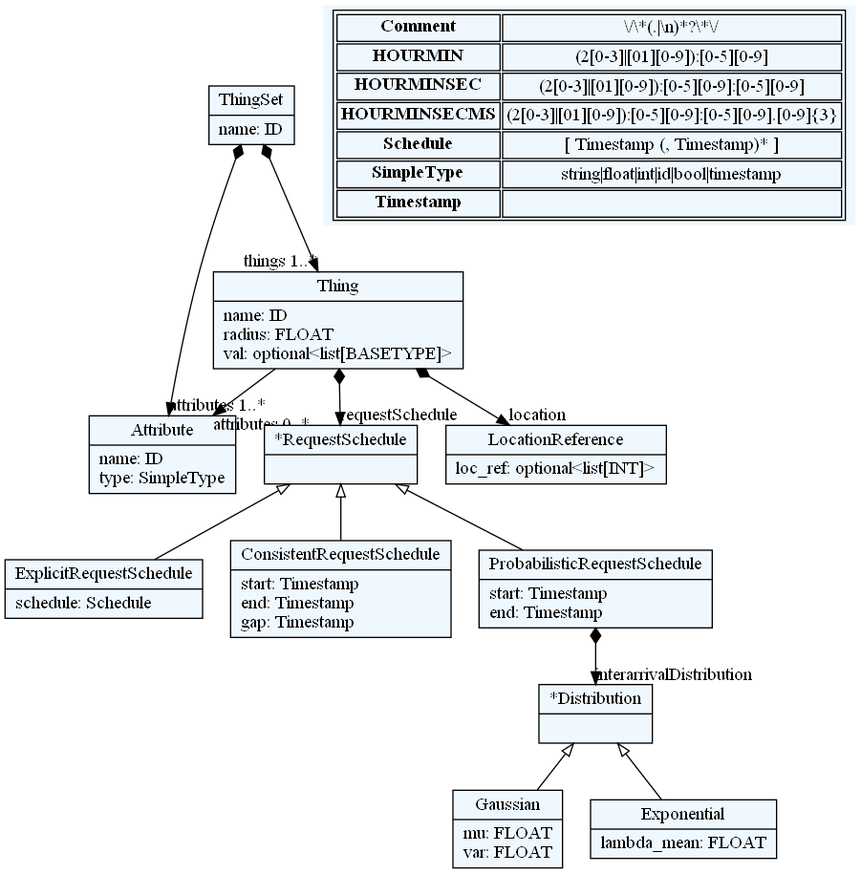
Before: CodeGen/Python/TRS/trs.dot.png, a diagram exported from Graphviz (ismael-martinez/NetworkStructureDSLs). Its source is kept beside it as CodeGen/Python/TRS/trs.dot.
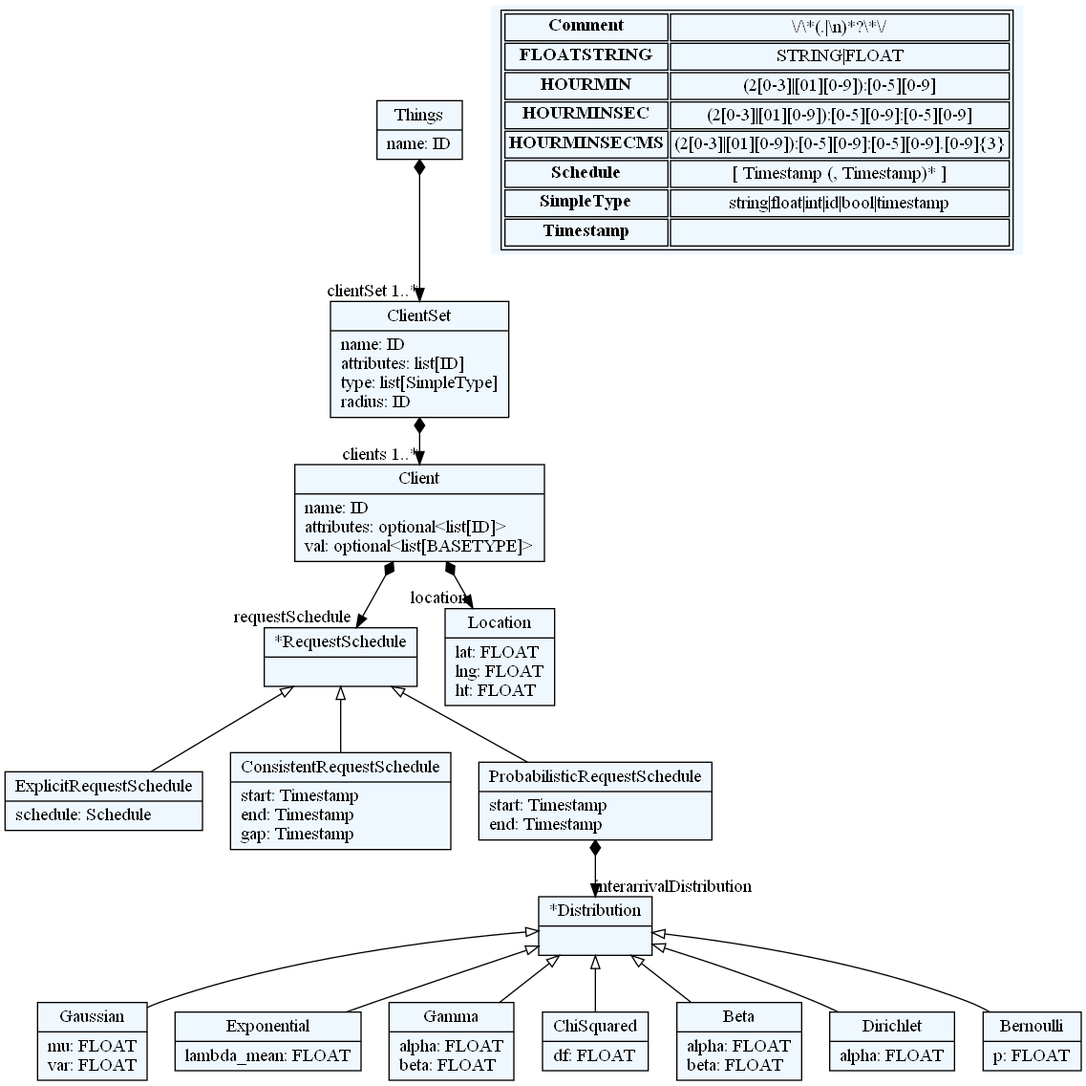
After the change.

What changed in the source:
```diff
@@ -10,44 +10,61 @@
     edge[dir=black,arrowtail=empty]
 
 
-2318082393960[ label="{ThingSet|name: ID\l}"]
+2608060561704[ label="{Things|name: ID\l}"]
 
-2318082393016[ label="{Attribute|name: ID\ltype: SimpleType\l}"]
+2608060584360[ label="{ClientSet|name: ID\lattributes: list[ID]\ltype: list[SimpleType]\lradius: ID\l}"]
 
-2318082390184[ label="{Thing|name: ID\lradius: FLOAT\lval: optional\<list[BASETYPE]\>\l}"]
+2608060588136[ label="{Client|name: ID\lattributes: optional\<list[ID]\>\lval: optional\<list[BASETYPE]\>\l}"]
 
-2318082403400[ label="{*RequestSchedule|}"]
+2608060589080[ label="{*RequestSchedule|}"]
 
-2318082411896[ label="{*Distribution|}"]
+2608060590968[ label="{*Distribution|}"]
 
-2318082426056[ label="{Gaussian|mu: FLOAT\lvar: FLOAT\l}"]
+2608060593800[ label="{Gaussian|mu: FLOAT\lvar: FLOAT\l}"]
 
-2318082418504[ label="{Exponential|lambda_mean: FLOAT\l}"]
+2608060598520[ label="{Exponential|lambda_mean: FLOAT\l}"]
 
-2318082172120[ label="{ExplicitRequestSchedule|schedule: Schedule\l}"]
+2608060618344[ label="{Gamma|alpha: FLOAT\lbeta: FLOAT\l}"]
 
-2318082180616[ label="{ConsistentRequestSchedule|start: Timestamp\lend: Timestamp\lgap: Timestamp\l}"]
+2608060602296[ label="{ChiSquared|df: FLOAT\l}"]
 
-2318082188168[ label="{ProbabilisticRequestSchedule|start: Timestamp\lend: Timestamp\l}"]
+2608060617400[ label="{Beta|alpha: FLOAT\lbeta: FLOAT\l}"]
 
-2318082185336[ label="{LocationReference|loc_ref: optional\<list[INT]\>\l}"]
+2608060616456[ label="{Dirichlet|alpha: FLOAT\l}"]
+
+2608060623064[ label="{Bernoulli|p: FLOAT\l}"]
+
+2608060391784[ label="{ExplicitRequestSchedule|schedule: Schedule\l}"]
+
+2608060387064[ label="{ConsistentRequestSchedule|start: Timestamp\lend: Timestamp\lgap: Timestamp\l}"]
+
+2608060368184[ label="{ProbabilisticRequestSchedule|start: Timestamp\lend: Timestamp\l}"]
+
+2608060383288[ label="{Location|lat: FLOAT\llng: FLOAT\lht: FLOAT\l}"]
 
 
 
-2318082393960 -> 2318082393016[arrowtail=diamond, dir=both, headlabel="attributes 1..*"]
-2318082393960 -> 2318082390184[arrowtail=diamond, dir=both, headlabel="things 1..*"]
-2318082390184 -> 2318082403400[arrowtail=diamond, dir=both, headlabel="requestSchedule "]
-2318082390184 -> 2318082185336[arrowtail=diamond, dir=both, headlabel="location "]
-2318082390184 -> 2318082393016[headlabel="attributes 0..*"]
-2318082403400 -> 2318082172120 [dir=back]
-2318082403400 -> 2318082180616 [dir=back]
-2318082403400 -> 2318082188168 [dir=back]
-2318082411896 -> 2318082426056 [dir=back]
-2318082411896 -> 2318082418504 [dir=back]
-2318082188168 -> 2318082411896[arrowtail=diamond, dir=both, headlabel="interarrivalDistribution "]
+2608060561704 -> 2608060584360[arrowtail=diamond, dir=both, headlabel="clientSet 1..*"]
+2608060584360 -> 2608060588136[arrowtail=diamond, dir=both, headlabel="clients 1..*"]
+2608060588136 -> 2608060589080[arrowtail=diamond, dir=both, headlabel="requestSchedule "]
+2608060588136 -> 2608060383288[arrowtail=diamond, dir=both, headlabel="location "]
+2608060589080 -> 2608060391784 [dir=back]
+2608060589080 -> 2608060387064 [dir=back]
+2608060589080 -> 2608060368184 [dir=back]
+2608060590968 -> 2608060593800 [dir=back]
+2608060590968 -> 2608060598520 [dir=back]
+2608060590968 -> 2608060618344 [dir=back]
+2608060590968 -> 2608060602296 [dir=back]
+2608060590968 -> 2608060617400 [dir=back]
+2608060590968 -> 2608060616456 [dir=back]
+2608060590968 -> 2608060623064 [dir=back]
+2608060368184 -> 2608060590968[arrowtail=diamond, dir=both, headlabel="interarrivalDistribution "]
 match_rules [ shape=plaintext, label=< <table>
 	<tr>
 		<td><b>Comment</b></td><td>\/\*(.|\n)*?\*\/</td>
+	</tr>
+	<tr>
+		<td><b>FLOATSTRING</b></td><td>STRING|FLOAT</td>
 	</tr>
 	<tr>
 		<td><b>HOURMIN</b></td><td>(2[0-3]|[01][0-9]):[0-5][0-9]</td>
```
